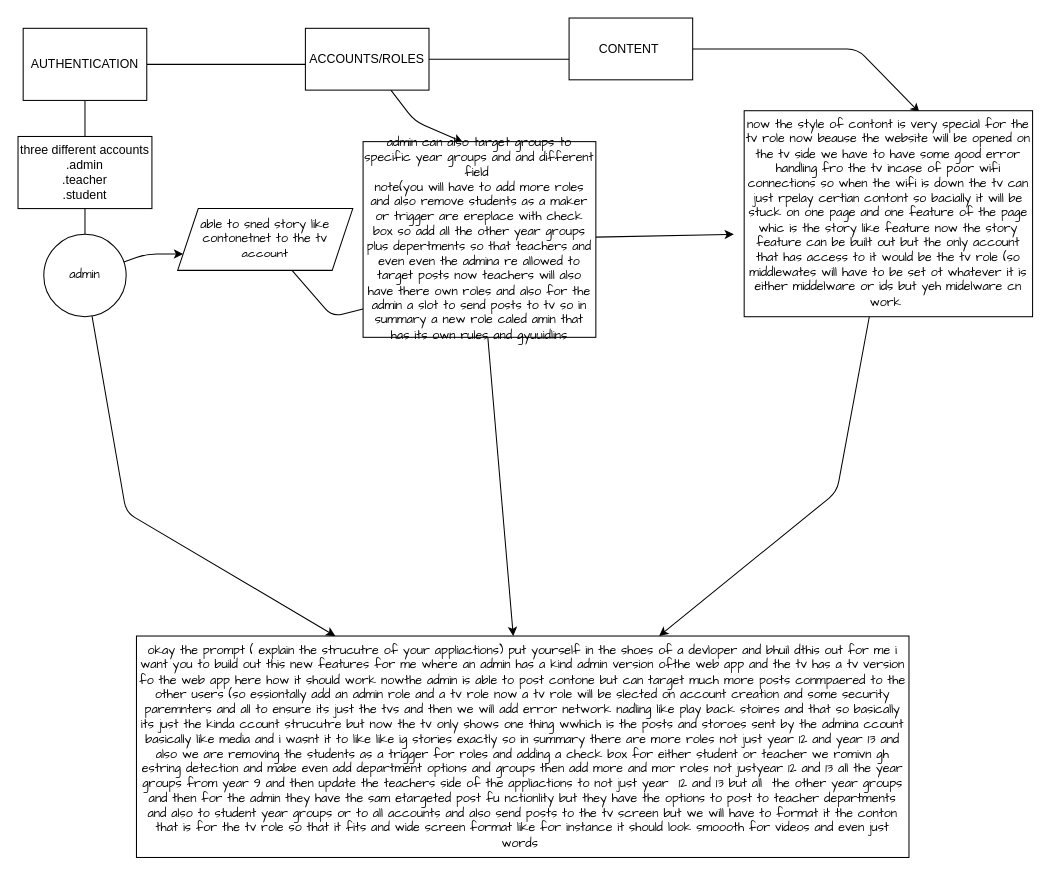
The draw.io diagram adminpanellogic.drawio in m1seda5/pear, before the edit. Source tidied: cells renumbered, new cells numbered last; positions are measured from the earlier drawing's top-left corner, leaving out a move shared by most shapes. Both pictures are drawn from the tidied source at 103%, with x=0, y=0 at pixel (18, 18).
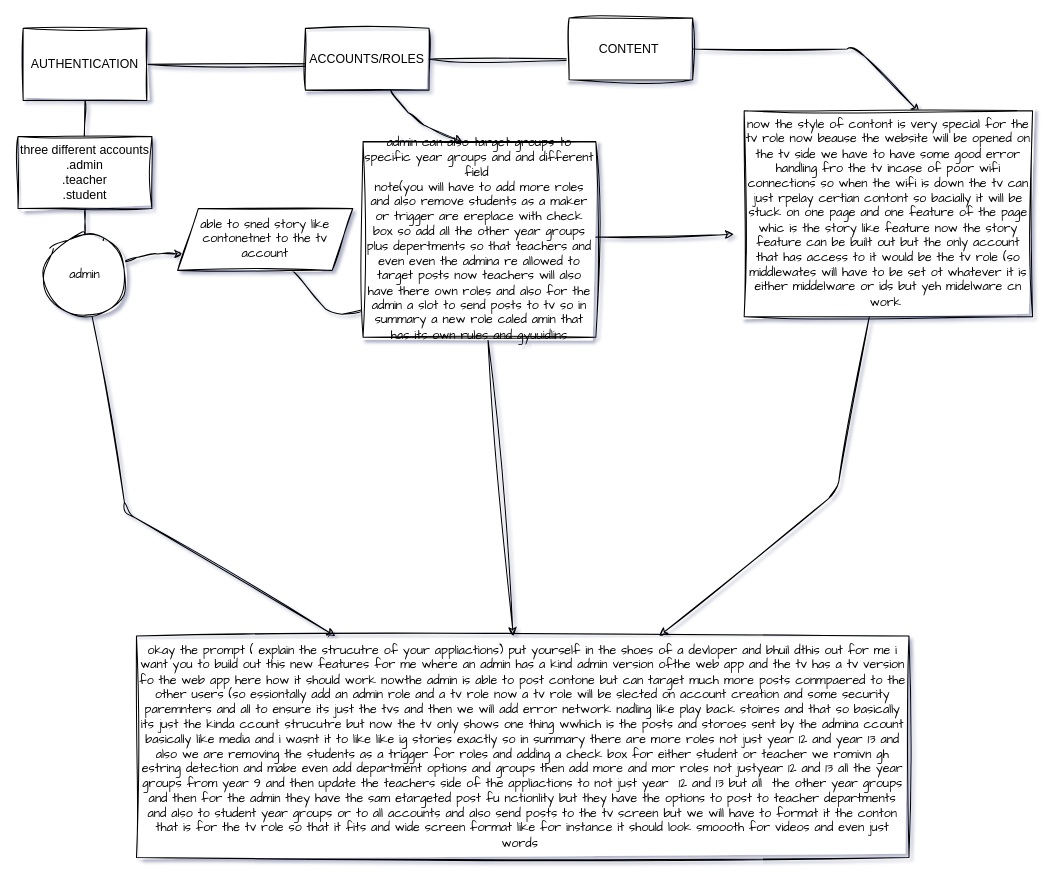
Above is the later version.

Commit message (it also covers changes not shown here):
this is committing the changes for the new admin role

Change to the diagram source:
```diff
@@
-<mxGraphModel>
+<mxGraphModel shadow="1">
@@
-    <mxCell id="2" style="edgeStyle=none;html=1;" parent="1" edge="1" source="4">
+    <mxCell id="2" style="edgeStyle=none;html=1;sketch=1;curveFitting=1;jiggle=2;" parent="1" edge="1" source="4">
       <mxGeometry relative="1" as="geometry">
         <mxPoint x="65" y="140" as="targetPoint" />
       </mxGeometry>
     </mxCell>
-    <mxCell id="3" style="edgeStyle=none;html=1;exitX=1;exitY=0.5;exitDx=0;exitDy=0;" parent="1" edge="1" source="4">
+    <mxCell id="3" style="edgeStyle=none;html=1;exitX=1;exitY=0.5;exitDx=0;exitDy=0;sketch=1;curveFitting=1;jiggle=2;" parent="1" edge="1" source="4">
       <mxGeometry relative="1" as="geometry">
         <mxPoint x="355" y="45" as="targetPoint" />
       </mxGeometry>
     </mxCell>
-    <mxCell id="4" value="AUTHENTICATION" style="whiteSpace=wrap;html=1;" parent="1" vertex="1">
+    <mxCell id="4" value="AUTHENTICATION" style="whiteSpace=wrap;html=1;sketch=1;curveFitting=1;jiggle=2;" parent="1" vertex="1">
       <mxGeometry x="5" y="10" width="120" height="70" as="geometry" />
     </mxCell>
-    <mxCell id="5" style="edgeStyle=none;html=1;entryX=0.429;entryY=0.003;entryDx=0;entryDy=0;entryPerimeter=0;fontFamily=Comic Sans MS;" parent="1" edge="1" source="7" target="17">
+    <mxCell id="5" style="edgeStyle=none;html=1;entryX=0.429;entryY=0.003;entryDx=0;entryDy=0;entryPerimeter=0;fontFamily=Comic Sans MS;sketch=1;curveFitting=1;jiggle=2;" parent="1" edge="1" source="7" target="17">
       <mxGeometry relative="1" as="geometry">
         <Array as="points">
           <mxPoint x="385" y="100" />
         </Array>
       </mxGeometry>
     </mxCell>
-    <mxCell id="6" style="edgeStyle=none;html=1;" parent="1" edge="1" source="7">
+    <mxCell id="6" style="edgeStyle=none;html=1;sketch=1;curveFitting=1;jiggle=2;" parent="1" edge="1" source="7">
       <mxGeometry relative="1" as="geometry">
         <mxPoint x="605" y="40" as="targetPoint" />
       </mxGeometry>
     </mxCell>
-    <mxCell id="7" value="ACCOUNTS/ROLES" style="whiteSpace=wrap;html=1;" parent="1" vertex="1">
+    <mxCell id="7" value="ACCOUNTS/ROLES" style="whiteSpace=wrap;html=1;sketch=1;curveFitting=1;jiggle=2;" parent="1" vertex="1">
       <mxGeometry x="279" y="10" width="120" height="60" as="geometry" />
     </mxCell>
-    <mxCell id="8" style="edgeStyle=none;html=1;exitX=1;exitY=0.5;exitDx=0;exitDy=0;entryX=0.608;entryY=0.009;entryDx=0;entryDy=0;entryPerimeter=0;" parent="1" edge="1" source="9" target="19">
+    <mxCell id="8" style="edgeStyle=none;html=1;exitX=1;exitY=0.5;exitDx=0;exitDy=0;entryX=0.608;entryY=0.009;entryDx=0;entryDy=0;entryPerimeter=0;sketch=1;curveFitting=1;jiggle=2;" parent="1" edge="1" source="9" target="19">
       <mxGeometry relative="1" as="geometry">
         <Array as="points">
           <mxPoint x="815" y="30" />
         </Array>
       </mxGeometry>
     </mxCell>
-    <mxCell id="9" value="CONTENT&amp;nbsp;" style="whiteSpace=wrap;html=1;" parent="1" vertex="1">
+    <mxCell id="9" value="CONTENT&amp;nbsp;" style="whiteSpace=wrap;html=1;sketch=1;curveFitting=1;jiggle=2;" parent="1" vertex="1">
       <mxGeometry x="535" width="120" height="60" as="geometry" />
     </mxCell>
-    <mxCell id="10" style="edgeStyle=none;html=1;fontFamily=Comic Sans MS;startArrow=none;" parent="1" edge="1" source="23">
+    <mxCell id="10" style="edgeStyle=none;html=1;fontFamily=Comic Sans MS;startArrow=none;sketch=1;curveFitting=1;jiggle=2;" parent="1" edge="1" source="23">
       <mxGeometry relative="1" as="geometry">
         <mxPoint x="70" y="240" as="targetPoint" />
       </mxGeometry>
     </mxCell>
-    <mxCell id="11" value="three different accounts&lt;br&gt;.admin&lt;br&gt;.teacher&lt;br&gt;.student&lt;br&gt;" style="whiteSpace=wrap;html=1;" parent="1" vertex="1">
+    <mxCell id="11" value="three different accounts&lt;br&gt;.admin&lt;br&gt;.teacher&lt;br&gt;.student&lt;br&gt;" style="whiteSpace=wrap;html=1;sketch=1;curveFitting=1;jiggle=2;" parent="1" vertex="1">
       <mxGeometry y="115" width="130" height="70" as="geometry" />
     </mxCell>
-    <mxCell id="12" style="edgeStyle=none;html=1;fontFamily=Comic Sans MS;entryX=0;entryY=0.75;entryDx=0;entryDy=0;" parent="1" edge="1" source="23" target="14">
+    <mxCell id="12" style="edgeStyle=none;html=1;fontFamily=Comic Sans MS;entryX=0;entryY=0.75;entryDx=0;entryDy=0;sketch=1;curveFitting=1;jiggle=2;" parent="1" edge="1" source="23" target="14">
       <mxGeometry relative="1" as="geometry">
         <Array as="points">
           <mxPoint x="125" y="229" />
         </Array>
       </mxGeometry>
     </mxCell>
-    <mxCell id="13" style="edgeStyle=none;html=1;fontFamily=Comic Sans MS;" parent="1" edge="1" source="14">
+    <mxCell id="13" style="edgeStyle=none;html=1;fontFamily=Comic Sans MS;sketch=1;curveFitting=1;jiggle=2;" parent="1" edge="1" source="14">
       <mxGeometry relative="1" as="geometry">
         <mxPoint x="345" y="280" as="targetPoint" />
         <Array as="points">
           <mxPoint x="305" y="290" />
         </Array>
       </mxGeometry>
     </mxCell>
-    <mxCell id="14" value="able to sned story like contonetnet to the tv account" style="shape=parallelogram;perimeter=parallelogramPerimeter;whiteSpace=wrap;html=1;fixedSize=1;fontFamily=Comic Sans MS;" parent="1" vertex="1">
+    <mxCell id="14" value="able to sned story like contonetnet to the tv account" style="shape=parallelogram;perimeter=parallelogramPerimeter;whiteSpace=wrap;html=1;fixedSize=1;fontFamily=Comic Sans MS;sketch=1;curveFitting=1;jiggle=2;" parent="1" vertex="1">
       <mxGeometry x="155" y="185" width="170" height="60" as="geometry" />
     </mxCell>
-    <mxCell id="15" style="edgeStyle=none;html=1;" parent="1" edge="1" source="17" target="20">
+    <mxCell id="15" style="edgeStyle=none;html=1;sketch=1;curveFitting=1;jiggle=2;" parent="1" edge="1" source="17" target="20">
       <mxGeometry relative="1" as="geometry" />
     </mxCell>
-    <mxCell id="16" style="edgeStyle=none;html=1;" parent="1" edge="1" source="17">
+    <mxCell id="16" style="edgeStyle=none;html=1;sketch=1;curveFitting=1;jiggle=2;" parent="1" edge="1" source="17">
       <mxGeometry relative="1" as="geometry">
         <mxPoint x="695" y="210" as="targetPoint" />
       </mxGeometry>
     </mxCell>
-    <mxCell id="17" value="admin can also target groups to specific year groups and and different field&amp;nbsp;&lt;br&gt;note(you will have to add more roles and also remove students as a maker or trigger are ereplace with check box so add all the other year groups plus depertments so that teachers and even even the admina re allowed to target posts now teachers will also have there own roles and also for the admin a slot to send posts to tv so in summary a new role caled amin that has its own rules and gyuuidlins" style="whiteSpace=wrap;html=1;fontFamily=Comic Sans MS;" parent="1" vertex="1">
+    <mxCell id="17" value="admin can also target groups to specific year groups and and different field&amp;nbsp;&lt;br&gt;note(you will have to add more roles and also remove students as a maker or trigger are ereplace with check box so add all the other year groups plus depertments so that teachers and even even the admina re allowed to target posts now teachers will also have there own roles and also for the admin a slot to send posts to tv so in summary a new role caled amin that has its own rules and gyuuidlins" style="whiteSpace=wrap;html=1;fontFamily=Comic Sans MS;sketch=1;curveFitting=1;jiggle=2;" parent="1" vertex="1">
       <mxGeometry x="335" y="120" width="226" height="190" as="geometry" />
     </mxCell>
-    <mxCell id="18" style="edgeStyle=none;html=1;" parent="1" edge="1" source="19" target="20">
+    <mxCell id="18" style="edgeStyle=none;html=1;sketch=1;curveFitting=1;jiggle=2;" parent="1" edge="1" source="19" target="20">
       <mxGeometry relative="1" as="geometry">
         <Array as="points">
           <mxPoint x="795" y="460" />
         </Array>
       </mxGeometry>
     </mxCell>
-    <mxCell id="19" value="now the style of contont is very special for the tv role now beause the website will be opened on the tv side we have to have some good error handling fro the tv incase of poor wifi connections so when the wifi is down the tv can just rpelay certian contont so bacially it will be stuck on one page and one feature of the page whic is the story like feature now the story feature can be built out but the only account that has access to it would be the tv role (so middlewates will have to be set ot whatever it is either middelware or ids but yeh midelware cn work&amp;nbsp;" style="whiteSpace=wrap;html=1;fontFamily=Comic Sans MS;" parent="1" vertex="1">
+    <mxCell id="19" value="now the style of contont is very special for the tv role now beause the website will be opened on the tv side we have to have some good error handling fro the tv incase of poor wifi connections so when the wifi is down the tv can just rpelay certian contont so bacially it will be stuck on one page and one feature of the page whic is the story like feature now the story feature can be built out but the only account that has access to it would be the tv role (so middlewates will have to be set ot whatever it is either middelware or ids but yeh midelware cn work&amp;nbsp;" style="whiteSpace=wrap;html=1;fontFamily=Comic Sans MS;sketch=1;curveFitting=1;jiggle=2;" parent="1" vertex="1">
       <mxGeometry x="705" y="90" width="280" height="200" as="geometry" />
     </mxCell>
-    <mxCell id="20" value="okay the prompt ( explain the strucutre of your appliactions) put yourself in the shoes of a devloper and bhuil dthis out for me i want you to build out this new features for me where an admin has a kind admin version ofthe web app and the tv has a tv version fo the web app here how it should work nowthe admin is able to post contone but can target much more posts conmpaered to the other users (so essiontally add an admin role and a tv role now a tv role will be slected on account creation and some security paremnters and all to ensure its just the tvs and then we will add error network nadling like play back stoires and that so basically its just the kinda ccount strucutre but now the tv only shows one thing wwhich is the posts and storoes sent by the admina ccount basically like media and i wasnt it to like like ig stories exactly so in summary there are more roles not just year 12 and year 13 and also we are removing the students as a trigger for roles and adding a check box for either student or teacher we romivn gh estring detection and mabe even add department options and groups then add more and mor roles not justyear 12 and 13 all the year groups from year 9 and then update the teachers side of the appliactions to not just year&amp;nbsp; 12 and 13 but all&amp;nbsp; the other year groups and then for the admin they have the sam etargeted post fu nctionlity but they have the options to post to teacher departments and also to student year groups or to all accounts and also send posts to the tv screen but we will have to format it the conton that is for the tv role so that it fits and wide screen format like for instance it should look smoooth for videos and even just words&amp;nbsp;" style="whiteSpace=wrap;html=1;fontFamily=Comic Sans MS;" parent="1" vertex="1">
+    <mxCell id="20" value="okay the prompt ( explain the strucutre of your appliactions) put yourself in the shoes of a devloper and bhuil dthis out for me i want you to build out this new features for me where an admin has a kind admin version ofthe web app and the tv has a tv version fo the web app here how it should work nowthe admin is able to post contone but can target much more posts conmpaered to the other users (so essiontally add an admin role and a tv role now a tv role will be slected on account creation and some security paremnters and all to ensure its just the tvs and then we will add error network nadling like play back stoires and that so basically its just the kinda ccount strucutre but now the tv only shows one thing wwhich is the posts and storoes sent by the admina ccount basically like media and i wasnt it to like like ig stories exactly so in summary there are more roles not just year 12 and year 13 and also we are removing the students as a trigger for roles and adding a check box for either student or teacher we romivn gh estring detection and mabe even add department options and groups then add more and mor roles not justyear 12 and 13 all the year groups from year 9 and then update the teachers side of the appliactions to not just year&amp;nbsp; 12 and 13 but all&amp;nbsp; the other year groups and then for the admin they have the sam etargeted post fu nctionlity but they have the options to post to teacher departments and also to student year groups or to all accounts and also send posts to the tv screen but we will have to format it the conton that is for the tv role so that it fits and wide screen format like for instance it should look smoooth for videos and even just words&amp;nbsp;" style="whiteSpace=wrap;html=1;fontFamily=Comic Sans MS;sketch=1;curveFitting=1;jiggle=2;" parent="1" vertex="1">
       <mxGeometry x="115" y="600" width="750" height="215" as="geometry" />
     </mxCell>
-    <mxCell id="21" style="edgeStyle=none;html=1;fontFamily=Comic Sans MS;endArrow=none;" parent="1" edge="1" source="11" target="23">
+    <mxCell id="21" style="edgeStyle=none;html=1;fontFamily=Comic Sans MS;endArrow=none;sketch=1;curveFitting=1;jiggle=2;" parent="1" edge="1" source="11" target="23">
       <mxGeometry relative="1" as="geometry" />
     </mxCell>
-    <mxCell id="22" style="edgeStyle=none;html=1;" parent="1" edge="1" source="23" target="20">
+    <mxCell id="22" style="edgeStyle=none;html=1;sketch=1;curveFitting=1;jiggle=2;" parent="1" edge="1" source="23" target="20">
       <mxGeometry relative="1" as="geometry">
         <Array as="points">
           <mxPoint x="105" y="480" />
         </Array>
       </mxGeometry>
     </mxCell>
-    <mxCell id="23" value="admin" style="ellipse;whiteSpace=wrap;html=1;fontFamily=Comic Sans MS;" parent="1" vertex="1">
+    <mxCell id="23" value="admin" style="ellipse;whiteSpace=wrap;html=1;fontFamily=Comic Sans MS;sketch=1;curveFitting=1;jiggle=2;" parent="1" vertex="1">
       <mxGeometry x="25" y="210" width="80" height="80" as="geometry" />
     </mxCell>
```
